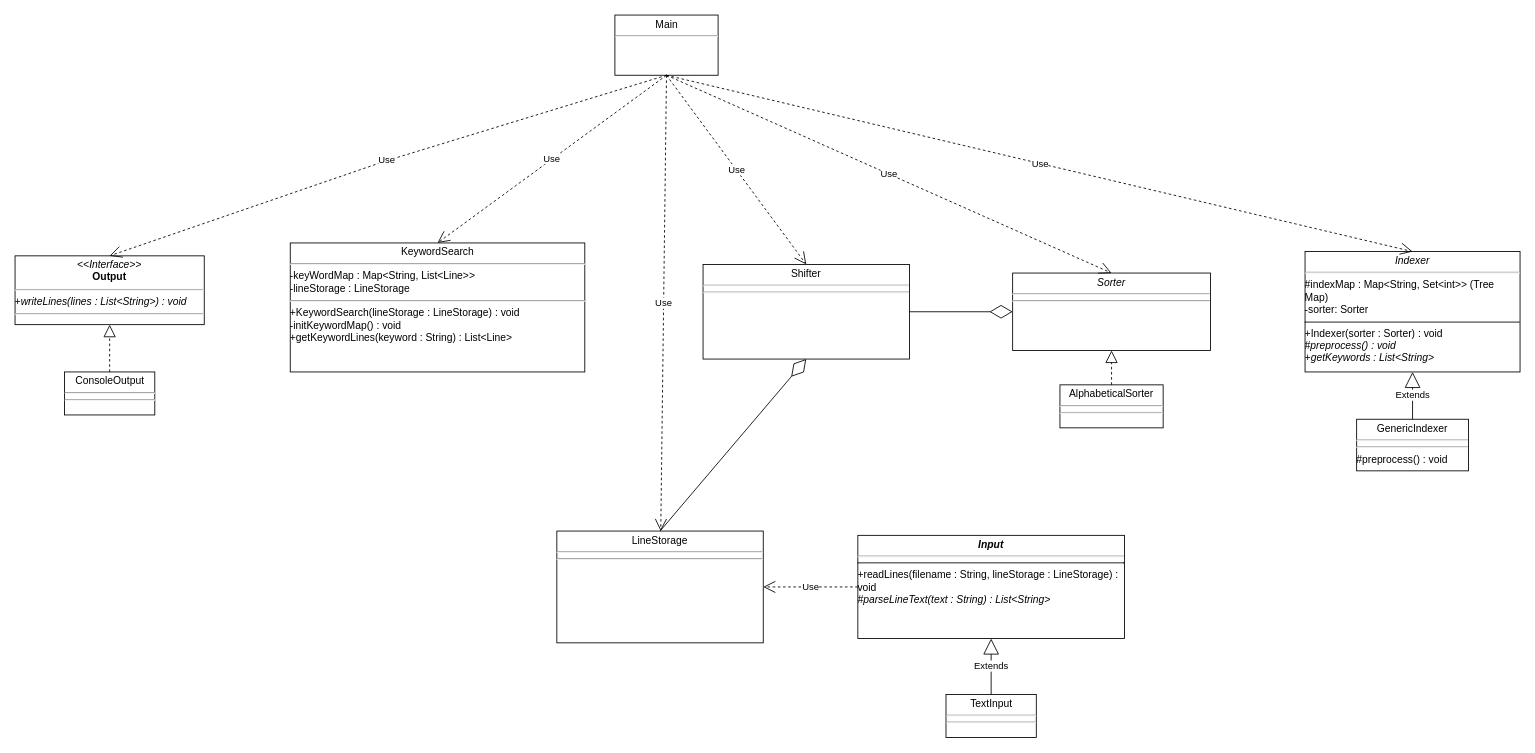
Earlier version of the draw.io diagram Homework/Homework 1/SE 311 Homework 1 UML.drawio (dragon5201111/Drexel-University-SE-311-Software-Architecture-II). Source tidied: cells renumbered, new cells numbered last; positions are measured from the earlier drawing's top-left corner, leaving out a move shared by most shapes. Both pictures are drawn from the tidied source at 86%, with x=0, y=0 at pixel (15, 15).
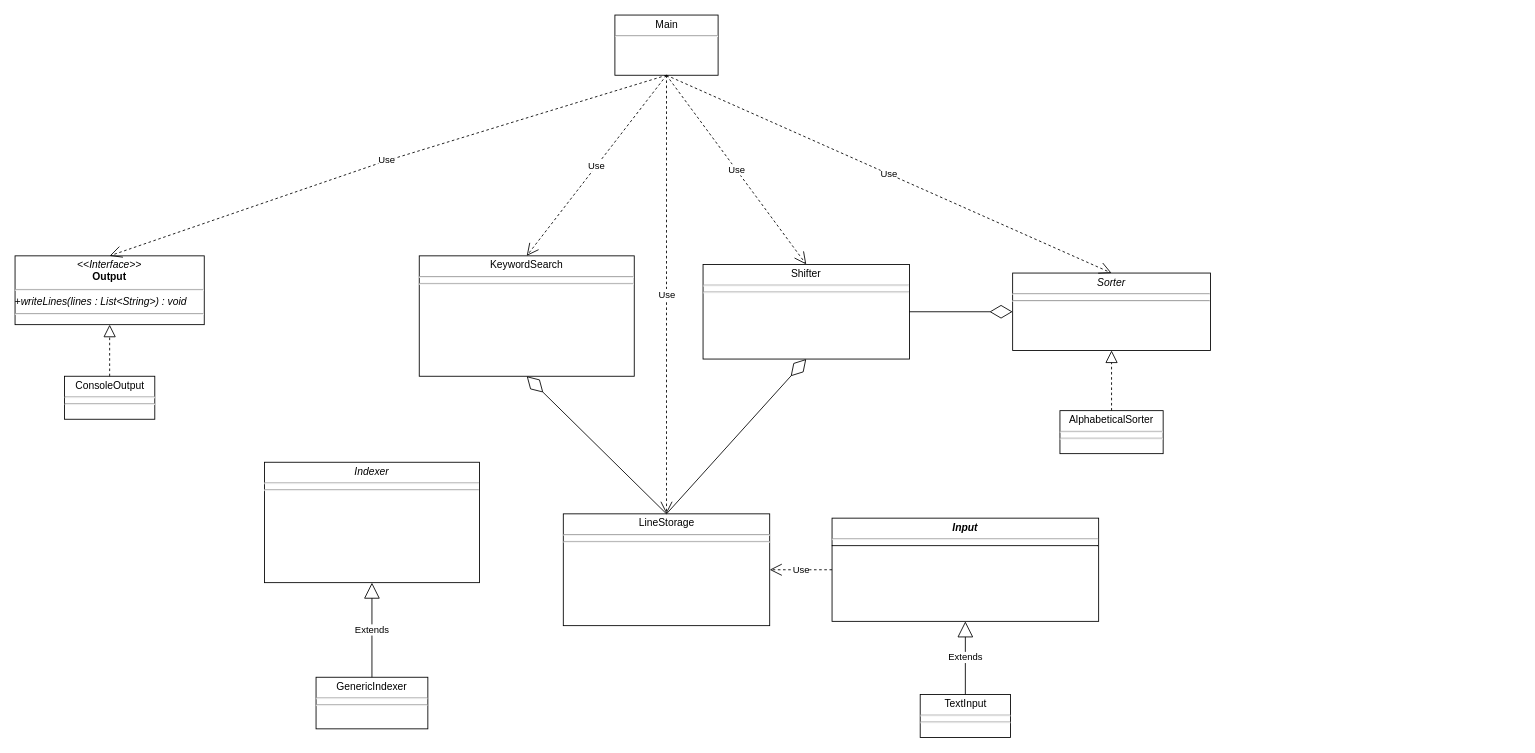
After the change.

The change refers to these unchanged cells:
```xml
<mxCell id="13" value="&lt;p style=&quot;margin:0px;margin-top:4px;text-align:center;&quot;&gt;Main&lt;/p&gt;&lt;hr&gt;" style="verticalAlign=top;align=left;overflow=fill;html=1;whiteSpace=wrap;" parent="1" vertex="1">
  <mxGeometry x="697.5" width="120" height="70" as="geometry" />
</mxCell>
```

What changed in the source:
```diff
@@
-    <mxCell id="2" value="&lt;p style=&quot;margin:0px;margin-top:4px;text-align:center;&quot;&gt;&lt;b&gt;&lt;i&gt;Input&lt;/i&gt;&lt;/b&gt;&lt;/p&gt;&lt;hr&gt;&lt;hr size=&quot;1&quot; style=&quot;border-style:solid;&quot;&gt;&lt;div&gt;+readLines(filename : String, lineStorage : LineStorage) : void&lt;/div&gt;&lt;div&gt;&lt;i&gt;#parseLineText(text : String) : List&amp;lt;String&amp;gt;&lt;br&gt;&lt;/i&gt;&lt;div&gt;&lt;br&gt;&lt;/div&gt;&lt;/div&gt;" style="verticalAlign=top;align=left;overflow=fill;html=1;whiteSpace=wrap;" parent="1" vertex="1">
-      <mxGeometry x="980" y="605" width="310" height="120" as="geometry" />
+    <mxCell id="2" value="&lt;p style=&quot;margin:0px;margin-top:4px;text-align:center;&quot;&gt;&lt;b&gt;&lt;i&gt;Input&lt;/i&gt;&lt;/b&gt;&lt;/p&gt;&lt;hr&gt;&lt;hr size=&quot;1&quot; style=&quot;border-style:solid;&quot;&gt;&lt;div&gt;&lt;br&gt;&lt;/div&gt;&lt;div&gt;&lt;div&gt;&lt;br&gt;&lt;/div&gt;&lt;/div&gt;" style="verticalAlign=top;align=left;overflow=fill;html=1;whiteSpace=wrap;" parent="1" vertex="1">
+      <mxGeometry x="950" y="585" width="310" height="120" as="geometry" />
     </mxCell>
@@
     <mxCell id="4" value="&lt;p style=&quot;margin:0px;margin-top:4px;text-align:center;&quot;&gt;TextInput&lt;/p&gt;&lt;hr&gt;&lt;hr&gt;" style="verticalAlign=top;align=left;overflow=fill;html=1;whiteSpace=wrap;" parent="1" vertex="1">
-      <mxGeometry x="1082.5" y="790" width="105" height="50" as="geometry" />
+      <mxGeometry x="1052.5" y="790" width="105" height="50" as="geometry" />
     </mxCell>
     <mxCell id="5" value="&lt;p style=&quot;margin:0px;margin-top:4px;text-align:center;&quot;&gt;ConsoleOutput&lt;/p&gt;&lt;hr&gt;&lt;hr&gt;" style="verticalAlign=top;align=left;overflow=fill;html=1;whiteSpace=wrap;" parent="1" vertex="1">
-      <mxGeometry x="57.5" y="415" width="105" height="50" as="geometry" />
+      <mxGeometry x="57.5" y="420" width="105" height="50" as="geometry" />
     </mxCell>
@@
     <mxCell id="7" value="&lt;p style=&quot;margin:0px;margin-top:4px;text-align:center;&quot;&gt;AlphabeticalSorter&lt;/p&gt;&lt;hr&gt;&lt;hr&gt;" style="verticalAlign=top;align=left;overflow=fill;html=1;whiteSpace=wrap;" parent="1" vertex="1">
-      <mxGeometry x="1215" y="430" width="120" height="50" as="geometry" />
+      <mxGeometry x="1215" y="460" width="120" height="50" as="geometry" />
     </mxCell>
@@
-    <mxCell id="10" value="&lt;p style=&quot;margin:0px;margin-top:4px;text-align:center;&quot;&gt;KeywordSearch&lt;/p&gt;&lt;hr&gt;-keyWordMap : Map&amp;lt;String, List&amp;lt;Line&amp;gt;&amp;gt;&lt;div&gt;&lt;span style=&quot;background-color: transparent; color: light-dark(rgb(0, 0, 0), rgb(255, 255, 255));&quot;&gt;-lineStorage : LineStorage&lt;/span&gt;&lt;/div&gt;&lt;div&gt;&lt;hr&gt;+KeywordSearch(lineStorage : LineStorage) : void&lt;/div&gt;&lt;div&gt;-initKeywordMap() : void&lt;/div&gt;&lt;div&gt;+getKeywordLines(keyword : String) : List&amp;lt;Line&amp;gt;&lt;/div&gt;" style="verticalAlign=top;align=left;overflow=fill;html=1;whiteSpace=wrap;" parent="1" vertex="1">
-      <mxGeometry x="320" y="265" width="342.5" height="150" as="geometry" />
+    <mxCell id="10" value="&lt;p style=&quot;margin:0px;margin-top:4px;text-align:center;&quot;&gt;KeywordSearch&lt;/p&gt;&lt;hr&gt;&lt;div&gt;&lt;hr&gt;&lt;br&gt;&lt;/div&gt;" style="verticalAlign=top;align=left;overflow=fill;html=1;whiteSpace=wrap;" parent="1" vertex="1">
+      <mxGeometry x="470" y="280" width="250" height="140" as="geometry" />
     </mxCell>
     <mxCell id="11" value="&lt;p style=&quot;margin:0px;margin-top:4px;text-align:center;&quot;&gt;LineStorage&lt;/p&gt;&lt;hr&gt;&lt;hr&gt;" style="verticalAlign=top;align=left;overflow=fill;html=1;whiteSpace=wrap;" parent="1" vertex="1">
-      <mxGeometry x="630" y="600" width="240" height="130" as="geometry" />
+      <mxGeometry x="637.5" y="580" width="240" height="130" as="geometry" />
     </mxCell>
@@
-    <mxCell id="14" value="&lt;p style=&quot;margin:0px;margin-top:4px;text-align:center;&quot;&gt;&lt;i style=&quot;&quot;&gt;Indexer&lt;/i&gt;&lt;/p&gt;&lt;hr&gt;#indexMap : Map&amp;lt;String, Set&amp;lt;int&amp;gt;&amp;gt; (Tree Map)&lt;div&gt;-sorter: Sorter&lt;br&gt;&lt;hr size=&quot;1&quot; style=&quot;border-style:solid;&quot;&gt;&lt;i&gt;+&lt;/i&gt;Indexer(sorter : Sorter) : void&lt;/div&gt;&lt;div&gt;&lt;i&gt;#preprocess() : void&lt;/i&gt;&lt;/div&gt;&lt;div&gt;&lt;i&gt;+getKeywords : List&amp;lt;String&amp;gt;&lt;/i&gt;&lt;/div&gt;" style="verticalAlign=top;align=left;overflow=fill;html=1;whiteSpace=wrap;" parent="1" vertex="1">
-      <mxGeometry x="1500" y="275" width="250" height="140" as="geometry" />
+    <mxCell id="14" value="&lt;p style=&quot;margin:0px;margin-top:4px;text-align:center;&quot;&gt;&lt;i style=&quot;&quot;&gt;Indexer&lt;/i&gt;&lt;/p&gt;&lt;div&gt;&lt;hr&gt;&lt;hr&gt;&lt;/div&gt;" style="verticalAlign=top;align=left;overflow=fill;html=1;whiteSpace=wrap;" parent="1" vertex="1">
+      <mxGeometry x="290" y="520" width="250" height="140" as="geometry" />
     </mxCell>
-    <mxCell id="15" value="&lt;p style=&quot;margin:0px;margin-top:4px;text-align:center;&quot;&gt;GenericIndexer&lt;/p&gt;&lt;hr&gt;&lt;hr&gt;#preprocess() : void&lt;div&gt;&lt;br&gt;&lt;/div&gt;" style="verticalAlign=top;align=left;overflow=fill;html=1;whiteSpace=wrap;" parent="1" vertex="1">
-      <mxGeometry x="1560" y="470" width="130" height="60" as="geometry" />
+    <mxCell id="15" value="&lt;p style=&quot;margin:0px;margin-top:4px;text-align:center;&quot;&gt;GenericIndexer&lt;/p&gt;&lt;hr&gt;&lt;hr&gt;&lt;br&gt;&lt;div&gt;&lt;br&gt;&lt;/div&gt;" style="verticalAlign=top;align=left;overflow=fill;html=1;whiteSpace=wrap;" parent="1" vertex="1">
+      <mxGeometry x="350" y="770" width="130" height="60" as="geometry" />
     </mxCell>
@@
-    <mxCell id="18" value="Use" style="endArrow=open;endSize=12;dashed=1;html=1;rounded=0;exitX=0.5;exitY=1;exitDx=0;exitDy=0;entryX=0.5;entryY=0;entryDx=0;entryDy=0;" parent="1" edge="1" source="13" target="14">
-      <mxGeometry relative="1" as="geometry" />
-    </mxCell>
-    <mxCell id="19" value="Use" style="endArrow=open;endSize=12;dashed=1;html=1;rounded=0;entryX=0.5;entryY=0;entryDx=0;entryDy=0;exitX=0.5;exitY=1;exitDx=0;exitDy=0;" parent="1" edge="1" source="13" target="10">
+    <mxCell id="19" value="Use" style="endArrow=open;endSize=12;dashed=1;html=1;rounded=0;exitX=0.5;exitY=1;exitDx=0;exitDy=0;entryX=0.5;entryY=0;entryDx=0;entryDy=0;" parent="1" edge="1" source="13" target="10">
       <mxGeometry relative="1" as="geometry" />
     </mxCell>
@@
+    <mxCell id="27" style="endArrow=diamondThin;endFill=0;endSize=24;html=1;rounded=0;entryX=0.5;entryY=1;entryDx=0;entryDy=0;exitX=0.5;exitY=0;exitDx=0;exitDy=0;" parent="1" edge="1" source="11" target="10">
+      <mxGeometry relative="1" as="geometry" />
+    </mxCell>
```
